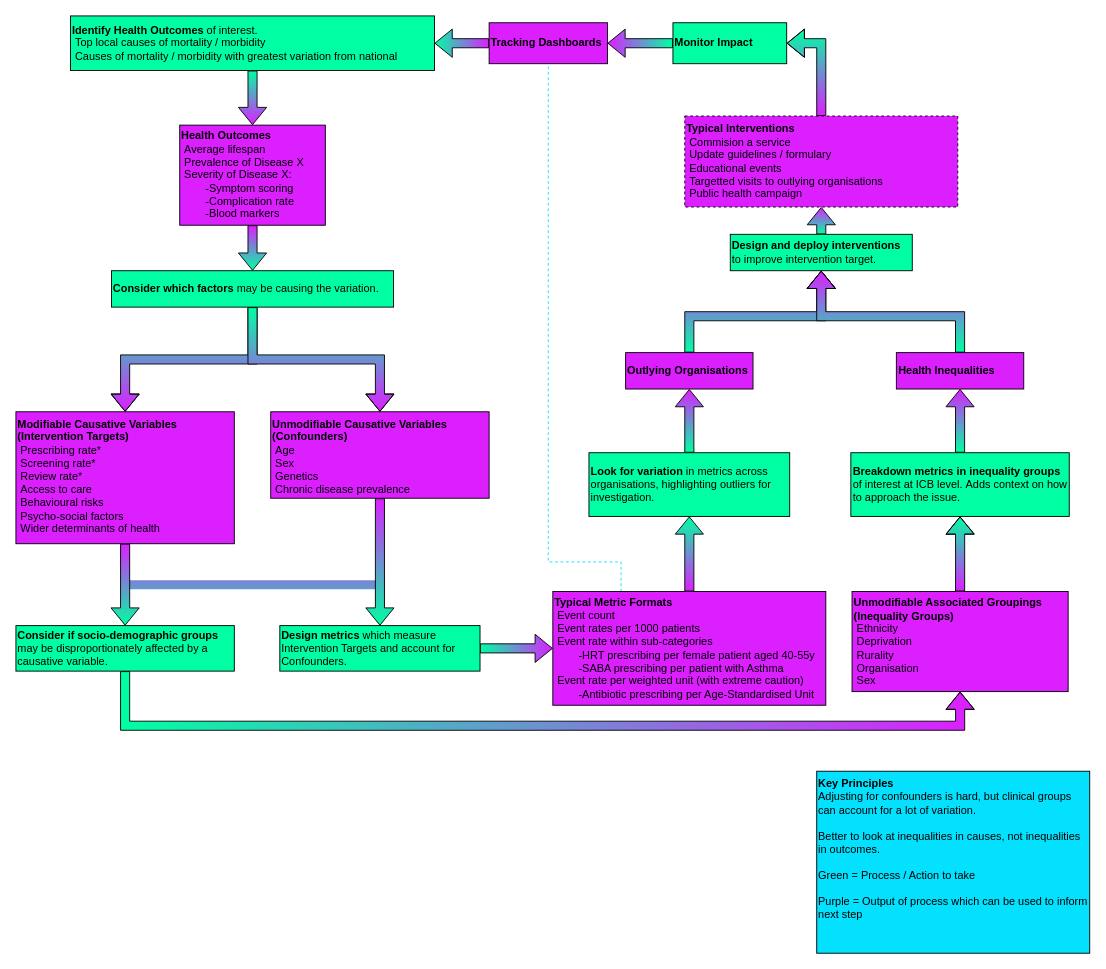
Earlier version of the draw.io diagram Population Health Pipeline.drawio (a-d-brown/logic-flows). Source tidied: cells renumbered, new cells numbered last; positions are measured from the earlier drawing's top-left corner, leaving out a move shared by most shapes. Both pictures are drawn from the tidied source at 91%, with x=0, y=0 at pixel (15, 15).
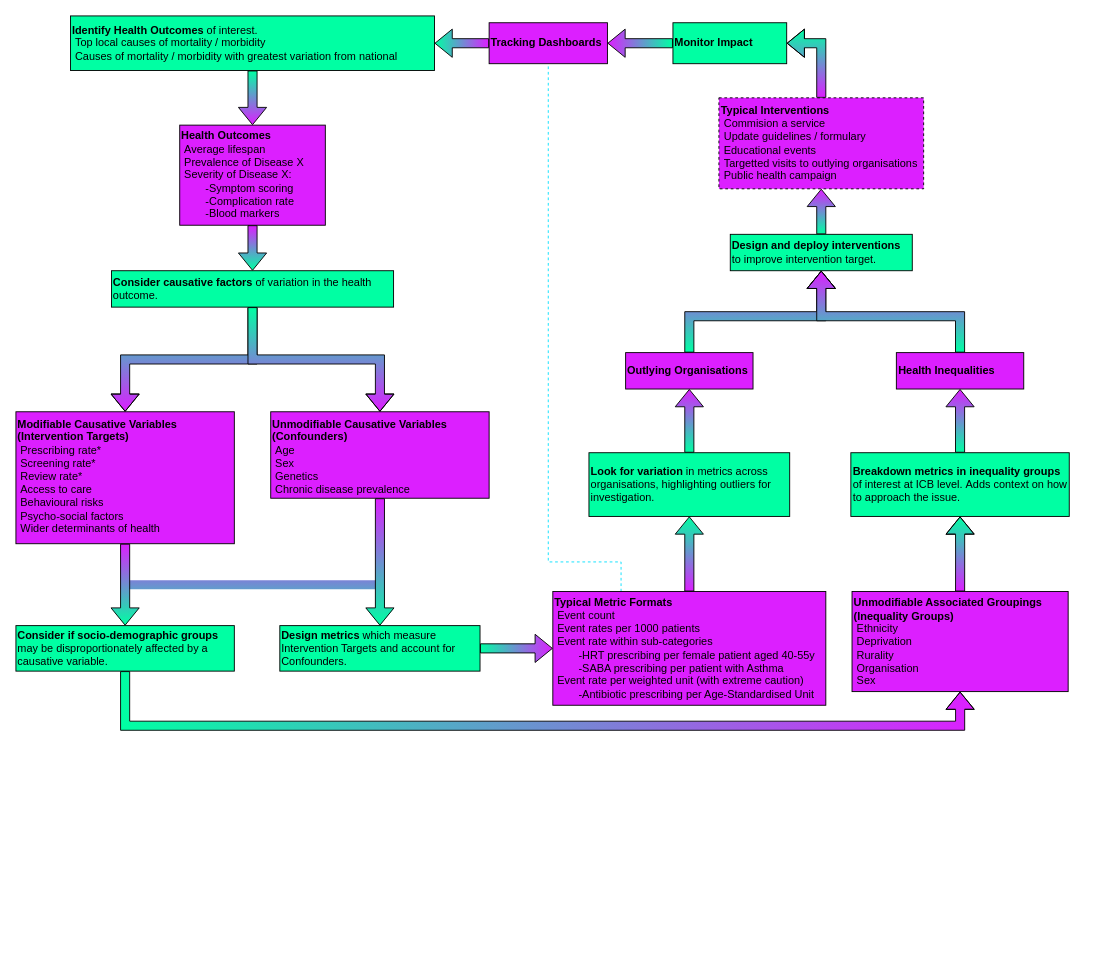
The same diagram, later.

What changed in the source:
```diff
@@
-    <mxCell id="5" value="&lt;div&gt;&lt;span style=&quot;background-color: transparent; color: light-dark(rgb(0, 0, 0), rgb(255, 255, 255));&quot;&gt;&lt;b&gt;Key Principles&lt;/b&gt;&lt;/span&gt;&lt;/div&gt;&lt;div&gt;Adjusting for confounders is hard, but clinical groups can account for a lot of variation.&lt;/div&gt;&lt;div&gt;&lt;br&gt;&lt;/div&gt;&lt;div&gt;Better to look at inequalities in causes, not inequalities in outcomes.&lt;/div&gt;&lt;div&gt;&lt;br&gt;&lt;/div&gt;&lt;div&gt;Green = Process / Action to take&lt;/div&gt;&lt;div&gt;&lt;br&gt;&lt;/div&gt;&lt;div&gt;Purple = Output of process which can be used to inform next step&lt;/div&gt;&lt;div&gt;&lt;br&gt;&lt;/div&gt;" style="rounded=0;whiteSpace=wrap;html=1;align=left;verticalAlign=top;fillColor=#03E1FF;" parent="1" vertex="1">
-      <mxGeometry x="880" y="830" width="300" height="200" as="geometry" />
-    </mxCell>
@@
-    <mxCell id="10" value="&lt;div&gt;&lt;b&gt;Consider which&lt;/b&gt; &lt;b&gt;factors &lt;/b&gt;may be causing the variation.&lt;/div&gt;" style="rounded=0;whiteSpace=wrap;html=1;align=left;glass=0;fillColor=#00FFA3;" parent="1" vertex="1">
+    <mxCell id="10" value="&lt;div&gt;&lt;b&gt;Consider causative&amp;nbsp;&lt;/b&gt;&lt;b&gt;factors &lt;/b&gt;of variation in the health outcome.&lt;/div&gt;" style="rounded=0;whiteSpace=wrap;html=1;align=left;glass=0;fillColor=#00FFA3;" parent="1" vertex="1">
       <mxGeometry x="105" y="280" width="310" height="40" as="geometry" />
     </mxCell>
@@
     <mxCell id="26" value="&lt;div&gt;&lt;span style=&quot;background-color: transparent; color: light-dark(rgb(0, 0, 0), rgb(255, 255, 255));&quot;&gt;&lt;b&gt;Typical Interventions&lt;/b&gt;&lt;/span&gt;&lt;/div&gt;&lt;div&gt;&lt;span style=&quot;background-color: transparent; color: light-dark(rgb(0, 0, 0), rgb(255, 255, 255));&quot;&gt;&amp;nbsp;Commision a service&lt;/span&gt;&lt;/div&gt;&lt;div&gt;&amp;nbsp;Update guidelines / formulary&lt;/div&gt;&lt;div&gt;&amp;nbsp;Educational events&lt;/div&gt;&lt;div&gt;&lt;span style=&quot;background-color: transparent; color: light-dark(rgb(0, 0, 0), rgb(255, 255, 255));&quot;&gt;&amp;nbsp;Targetted visits to outlying organisations&lt;/span&gt;&lt;/div&gt;&lt;div&gt;&lt;div&gt;&amp;nbsp;Public health campaign&lt;/div&gt;&lt;/div&gt;" style="rounded=0;whiteSpace=wrap;html=1;align=left;glass=0;fillColor=#DC1FFF;dashed=1;" parent="1" vertex="1">
-      <mxGeometry x="735" y="110" width="300" height="100" as="geometry" />
+      <mxGeometry x="772.5" y="90" width="225" height="100" as="geometry" />
     </mxCell>
```
